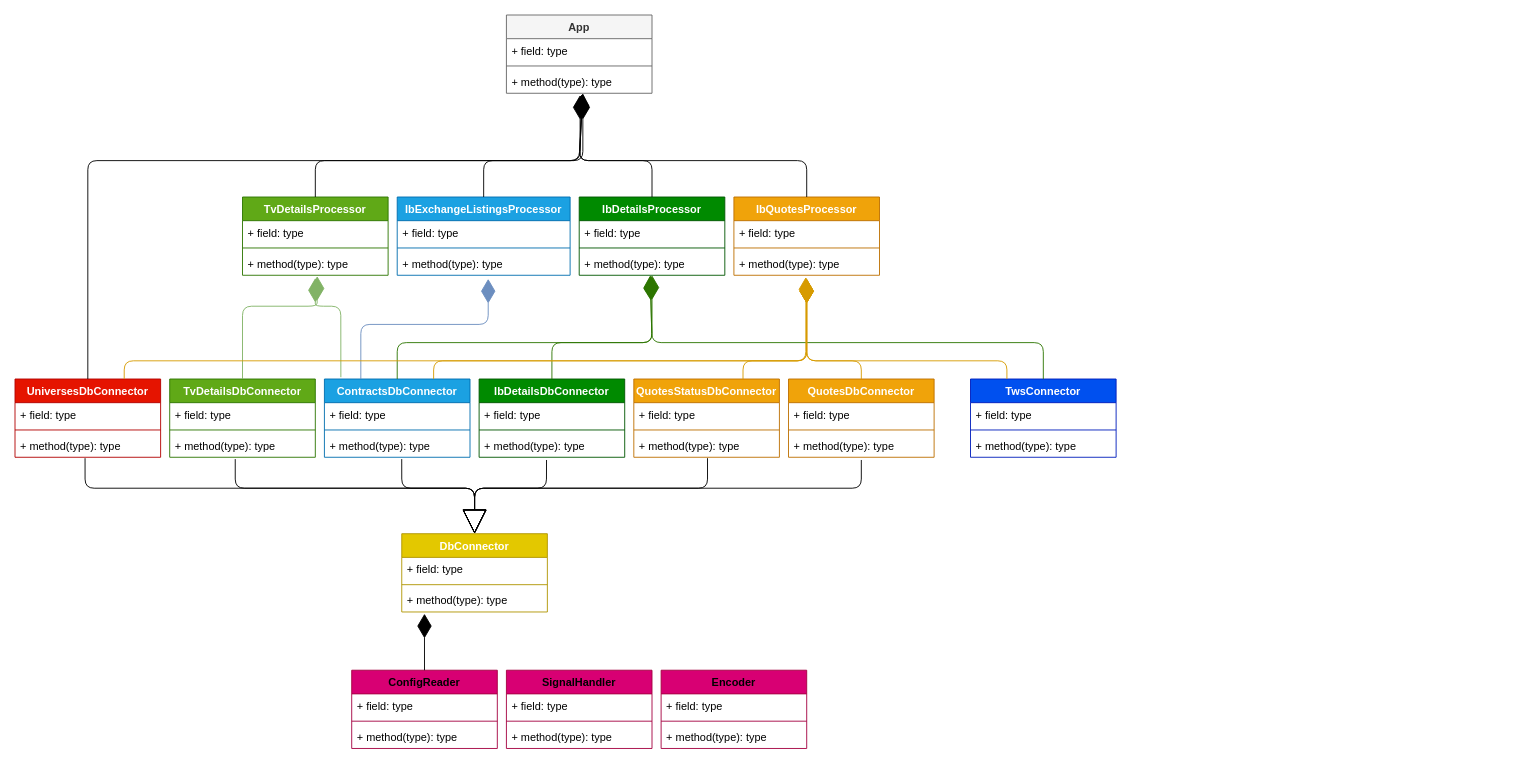
Before: archive/class_diagram/barbucket_class_diagram.drawio in webclinic017/barbucket, a draw.io diagram. Source tidied: cells renumbered, new cells numbered last; positions are measured from the earlier drawing's top-left corner, leaving out a move shared by most shapes. Both pictures are drawn from the tidied source at 91%, with x=0, y=0 at pixel (15, 15).
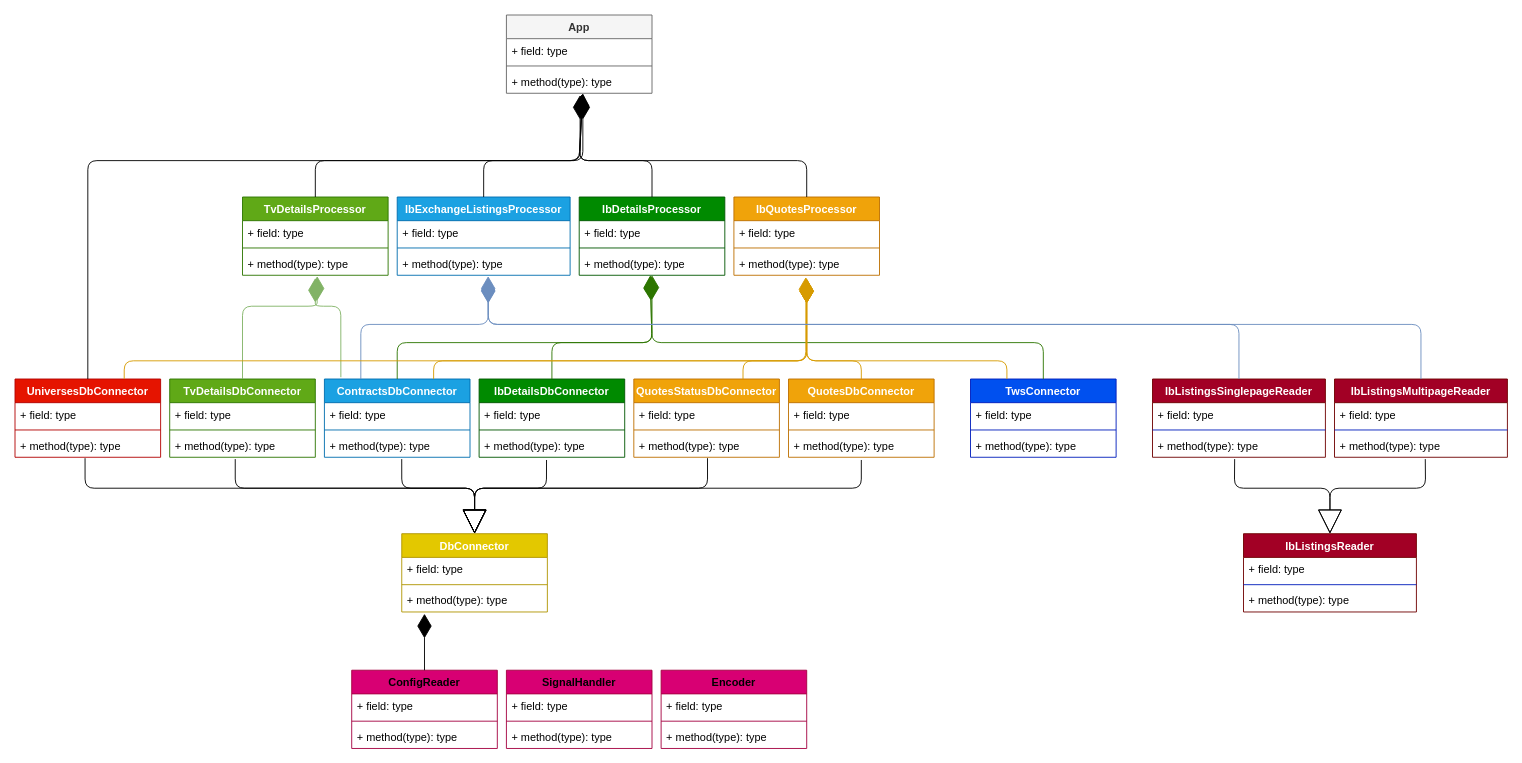
The same diagram, later.

Unchanged cells that the change refers to:
```xml
<mxCell id="17" value="+ method(type): type" style="text;strokeColor=none;fillColor=none;align=left;verticalAlign=top;spacingLeft=4;spacingRight=4;overflow=hidden;points=[[0,0.5],[1,0.5]];portConstraint=eastwest;" parent="14" vertex="1">
  <mxGeometry y="60" width="190" height="26" as="geometry" />
</mxCell>
```

The edit, as a diff of the source:
```diff
@@
+    <mxCell id="89" value="IbListingsSinglepageReader" style="swimlane;fontStyle=1;align=center;verticalAlign=top;horizontal=1;startSize=26;fillColor=#a20025;strokeColor=#6F0000;fontColor=#ffffff;" parent="1" vertex="1">
+      <mxGeometry x="1250" y="400" width="190" height="86" as="geometry" />
+    </mxCell>
+    <mxCell id="90" value="+ field: type" style="text;align=left;verticalAlign=top;spacingLeft=4;spacingRight=4;overflow=hidden;" parent="89" vertex="1">
+      <mxGeometry y="26" width="190" height="26" as="geometry" />
+    </mxCell>
+    <mxCell id="91" style="line;strokeWidth=1;fillColor=#0050ef;align=left;verticalAlign=middle;spacingTop=-1;spacingLeft=3;spacingRight=3;labelPosition=right;strokeColor=#001DBC;fontColor=#ffffff;" parent="89" vertex="1">
+      <mxGeometry y="52" width="190" height="8" as="geometry" />
+    </mxCell>
+    <mxCell id="92" value="+ method(type): type" style="text;align=left;verticalAlign=top;spacingLeft=4;spacingRight=4;overflow=hidden;points=[[0,0.5],[1,0.5]];portConstraint=eastwest;" parent="89" vertex="1">
+      <mxGeometry y="60" width="190" height="26" as="geometry" />
+    </mxCell>
+    <mxCell id="93" value="IbListingsMultipageReader" style="swimlane;fontStyle=1;align=center;verticalAlign=top;horizontal=1;startSize=26;fillColor=#a20025;strokeColor=#6F0000;fontColor=#ffffff;" parent="1" vertex="1">
+      <mxGeometry x="1450" y="400" width="190" height="86" as="geometry" />
+    </mxCell>
+    <mxCell id="94" value="+ field: type" style="text;align=left;verticalAlign=top;spacingLeft=4;spacingRight=4;overflow=hidden;" parent="93" vertex="1">
+      <mxGeometry y="26" width="190" height="26" as="geometry" />
+    </mxCell>
+    <mxCell id="95" style="line;strokeWidth=1;fillColor=#0050ef;align=left;verticalAlign=middle;spacingTop=-1;spacingLeft=3;spacingRight=3;labelPosition=right;strokeColor=#001DBC;fontColor=#ffffff;" parent="93" vertex="1">
+      <mxGeometry y="52" width="190" height="8" as="geometry" />
+    </mxCell>
+    <mxCell id="96" value="+ method(type): type" style="text;align=left;verticalAlign=top;spacingLeft=4;spacingRight=4;overflow=hidden;points=[[0,0.5],[1,0.5]];portConstraint=eastwest;" parent="93" vertex="1">
+      <mxGeometry y="60" width="190" height="26" as="geometry" />
+    </mxCell>
+    <mxCell id="97" value="IbListingsReader" style="swimlane;fontStyle=1;align=center;verticalAlign=top;horizontal=1;startSize=26;fillColor=#a20025;strokeColor=#6F0000;fontColor=#ffffff;" parent="1" vertex="1">
+      <mxGeometry x="1350" y="570" width="190" height="86" as="geometry" />
+    </mxCell>
+    <mxCell id="98" value="+ field: type" style="text;align=left;verticalAlign=top;spacingLeft=4;spacingRight=4;overflow=hidden;" parent="97" vertex="1">
+      <mxGeometry y="26" width="190" height="26" as="geometry" />
+    </mxCell>
+    <mxCell id="99" style="line;strokeWidth=1;fillColor=#0050ef;align=left;verticalAlign=middle;spacingTop=-1;spacingLeft=3;spacingRight=3;labelPosition=right;strokeColor=#001DBC;fontColor=#ffffff;" parent="97" vertex="1">
+      <mxGeometry y="52" width="190" height="8" as="geometry" />
+    </mxCell>
+    <mxCell id="100" value="+ method(type): type" style="text;align=left;verticalAlign=top;spacingLeft=4;spacingRight=4;overflow=hidden;" parent="97" vertex="1">
+      <mxGeometry y="60" width="190" height="26" as="geometry" />
+    </mxCell>
+    <mxCell id="101" style="endArrow=block;endFill=0;endSize=24;html=1;entryX=0.5;entryY=0;entryDx=0;entryDy=0;exitX=0.525;exitY=1.077;exitDx=0;exitDy=0;exitPerimeter=0;" parent="1" edge="1" source="96" target="97">
+      <mxGeometry relative="1" as="geometry">
+        <Array as="points">
+          <mxPoint x="1550" y="520" />
+          <mxPoint x="1445" y="520" />
+        </Array>
+      </mxGeometry>
+    </mxCell>
+    <mxCell id="102" style="endArrow=block;endFill=0;endSize=24;html=1;entryX=0.5;entryY=0;entryDx=0;entryDy=0;exitX=0.475;exitY=1.077;exitDx=0;exitDy=0;exitPerimeter=0;" parent="1" edge="1" source="92" target="97">
+      <mxGeometry relative="1" as="geometry">
+        <Array as="points">
+          <mxPoint x="1340" y="520" />
+          <mxPoint x="1445" y="520" />
+        </Array>
+      </mxGeometry>
+    </mxCell>
+    <mxCell id="103" style="endArrow=diamondThin;endFill=1;endSize=24;html=1;exitX=0.5;exitY=0;exitDx=0;exitDy=0;fillColor=#dae8fc;strokeColor=#6c8ebf;entryX=0.526;entryY=1.115;entryDx=0;entryDy=0;entryPerimeter=0;" parent="1" edge="1" source="89" target="17">
+      <mxGeometry relative="1" as="geometry">
+        <Array as="points">
+          <mxPoint x="1345" y="340" />
+          <mxPoint x="520" y="340" />
+        </Array>
+      </mxGeometry>
+    </mxCell>
+    <mxCell id="104" style="endArrow=diamondThin;endFill=1;endSize=24;html=1;exitX=0.5;exitY=0;exitDx=0;exitDy=0;fillColor=#dae8fc;strokeColor=#6c8ebf;entryX=0.526;entryY=1.038;entryDx=0;entryDy=0;entryPerimeter=0;" parent="1" edge="1" source="93" target="17">
+      <mxGeometry relative="1" as="geometry">
+        <Array as="points">
+          <mxPoint x="1545" y="340" />
+          <mxPoint x="520" y="340" />
+        </Array>
+      </mxGeometry>
+    </mxCell>
```
